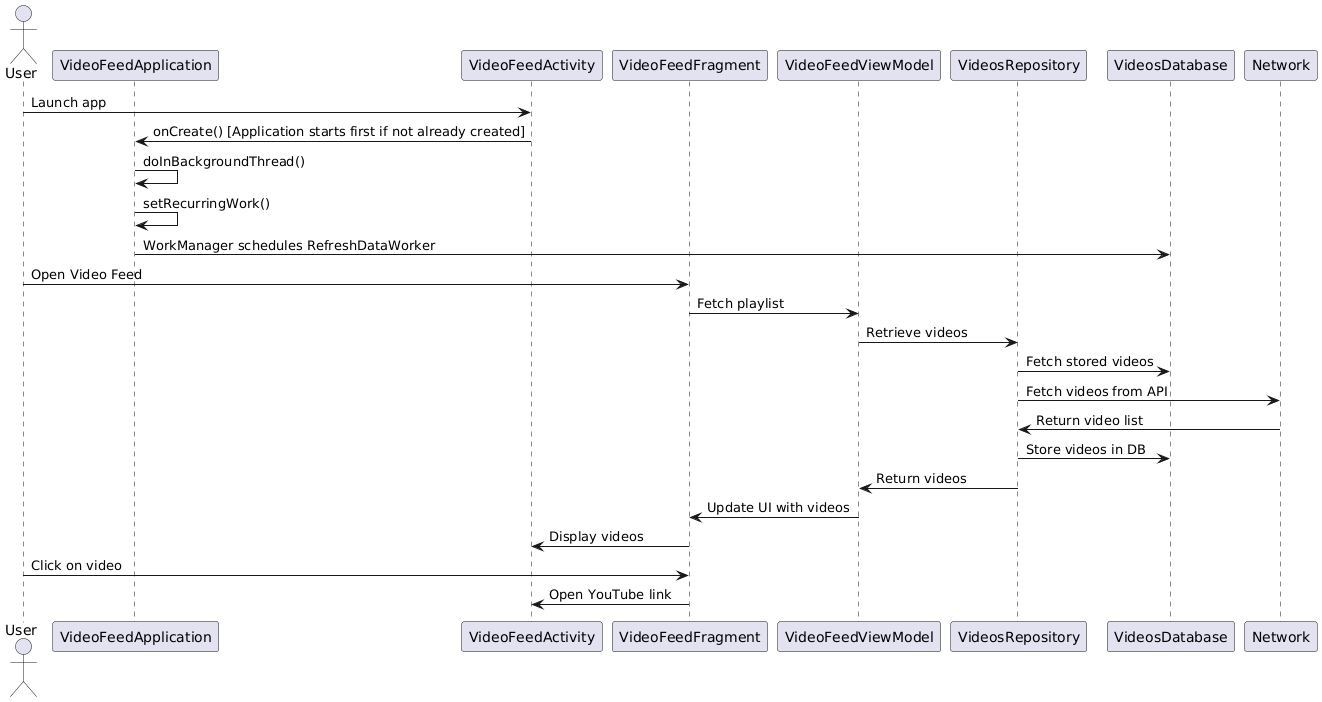
Above: assets/state_diagram.png in Karank11/video-app (PlantUML), before the change.
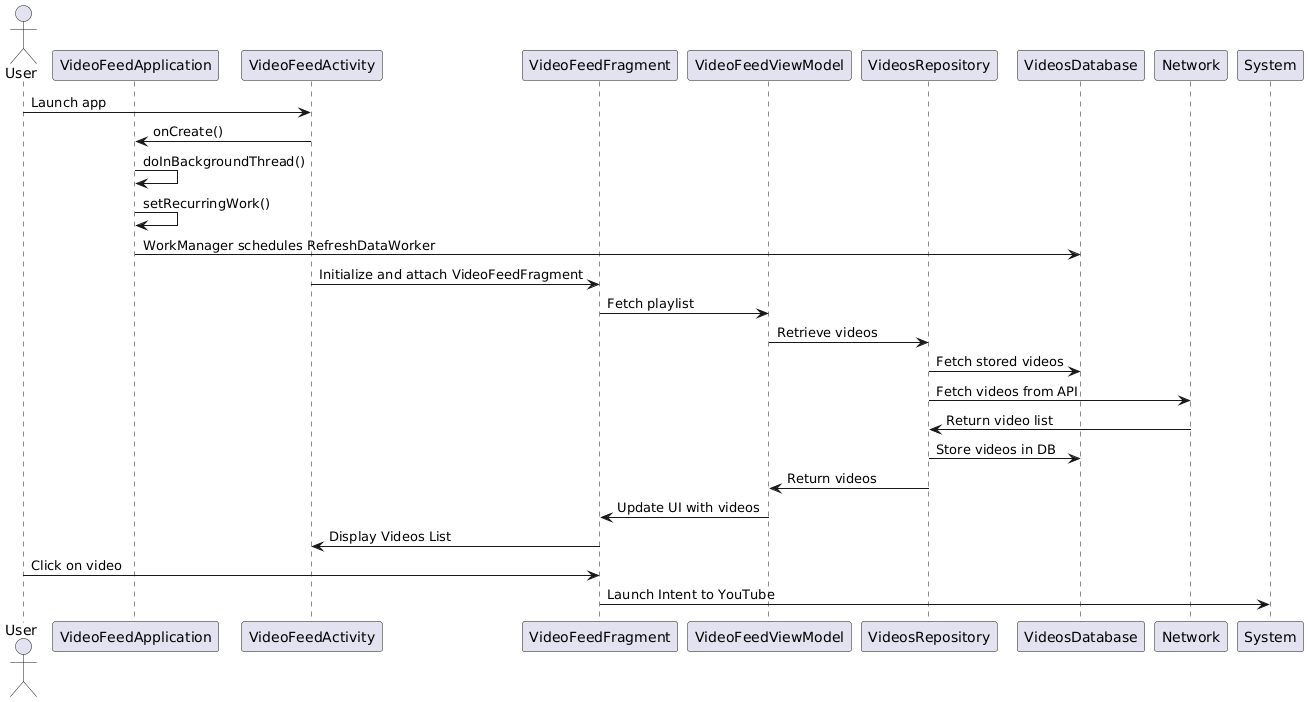
The same file after the commit.

Commit message:
fix state diagram

Diff of the diagram source:
```diff
@@ -10,12 +10,12 @@
 participant "Network" as Network
 
 User -> Activity : Launch app
-Activity -> App : onCreate() [Application starts first if not already created]
+Activity -> App : onCreate()
 App -> App : doInBackgroundThread()
 App -> App : setRecurringWork()
 App -> Database : WorkManager schedules RefreshDataWorker
 
-User -> Fragment : Open Video Feed
+Activity -> Fragment : Initialize and attach VideoFeedFragment
 Fragment -> ViewModel : Fetch playlist
 ViewModel -> Repository : Retrieve videos
 
@@ -26,7 +26,7 @@
 Repository -> ViewModel : Return videos
 
 ViewModel -> Fragment : Update UI with videos
-Fragment -> Activity : Display videos
+Fragment -> Activity : Display Videos List
 User -> Fragment : Click on video
-Fragment -> Activity : Open YouTube link
+Fragment -> System : Launch Intent to YouTube
 @enduml
```
